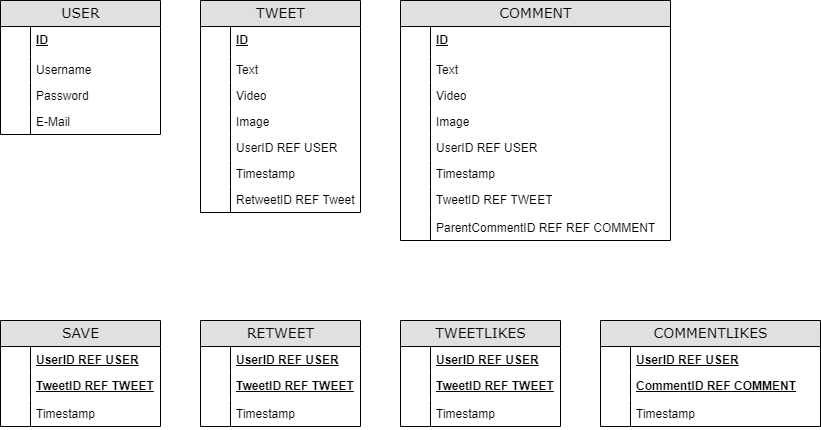
Above: assets/Relationenmodell.png in JSiggelkow/Twitter (draw.io), before the change. Source tidied: cells renumbered, new cells last; positions are measured from the earlier drawing's top-left corner, leaving out a move shared by most shapes.
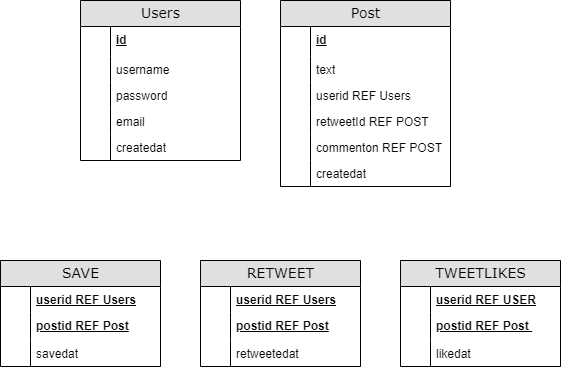
The same diagram one commit later.

What changed in the source:
```diff
@@ -4,6 +4,6 @@
     <mxCell id="1" parent="0" />
-    <mxCell id="2" value="USER" style="swimlane;html=1;fontStyle=0;horizontal=1;startSize=26;fillColor=#e0e0e0;swimlaneFillColor=#ffffff;align=center;rounded=0;shadow=0;comic=0;labelBackgroundColor=none;strokeWidth=1;fontFamily=Verdana;fontSize=14;" parent="1" vertex="1">
-      <mxGeometry width="160" height="134" as="geometry" />
+    <mxCell id="2" value="Users" style="swimlane;html=1;fontStyle=0;horizontal=1;startSize=26;fillColor=#e0e0e0;swimlaneFillColor=#ffffff;align=center;rounded=0;shadow=0;comic=0;labelBackgroundColor=none;strokeWidth=1;fontFamily=Verdana;fontSize=14;" parent="1" vertex="1">
+      <mxGeometry x="80" y="60" width="160" height="160" as="geometry" />
     </mxCell>
-    <mxCell id="3" value="ID" style="shape=partialRectangle;top=0;left=0;right=0;bottom=0;html=1;align=left;verticalAlign=top;fillColor=none;spacingLeft=34;spacingRight=4;whiteSpace=wrap;overflow=hidden;fontStyle=5;strokeColor=default;fontFamily=Helvetica;fontSize=12;fontColor=default;" parent="2" vertex="1">
+    <mxCell id="3" value="id" style="shape=partialRectangle;top=0;left=0;right=0;bottom=0;html=1;align=left;verticalAlign=top;fillColor=none;spacingLeft=34;spacingRight=4;whiteSpace=wrap;overflow=hidden;fontStyle=5;strokeColor=default;fontFamily=Helvetica;fontSize=12;fontColor=default;" parent="2" vertex="1">
       <mxGeometry y="26" width="160" height="30" as="geometry" />
@@ -13,3 +13,3 @@
     </mxCell>
-    <mxCell id="5" value="Username" style="shape=partialRectangle;top=0;left=0;right=0;bottom=0;html=1;align=left;verticalAlign=top;fillColor=none;spacingLeft=34;spacingRight=4;whiteSpace=wrap;overflow=hidden;" parent="2" vertex="1">
+    <mxCell id="5" value="username" style="shape=partialRectangle;top=0;left=0;right=0;bottom=0;html=1;align=left;verticalAlign=top;fillColor=none;spacingLeft=34;spacingRight=4;whiteSpace=wrap;overflow=hidden;" parent="2" vertex="1">
       <mxGeometry y="56" width="160" height="26" as="geometry" />
@@ -19,3 +19,3 @@
     </mxCell>
-    <mxCell id="7" value="Password" style="shape=partialRectangle;top=0;left=0;right=0;bottom=0;html=1;align=left;verticalAlign=top;fillColor=none;spacingLeft=34;spacingRight=4;whiteSpace=wrap;overflow=hidden;" parent="2" vertex="1">
+    <mxCell id="7" value="password" style="shape=partialRectangle;top=0;left=0;right=0;bottom=0;html=1;align=left;verticalAlign=top;fillColor=none;spacingLeft=34;spacingRight=4;whiteSpace=wrap;overflow=hidden;" parent="2" vertex="1">
       <mxGeometry y="82" width="160" height="26" as="geometry" />
@@ -25,3 +25,3 @@
     </mxCell>
-    <mxCell id="9" value="E-Mail" style="shape=partialRectangle;top=0;left=0;right=0;bottom=0;html=1;align=left;verticalAlign=top;fillColor=none;spacingLeft=34;spacingRight=4;whiteSpace=wrap;overflow=hidden;" parent="2" vertex="1">
+    <mxCell id="9" value="email" style="shape=partialRectangle;top=0;left=0;right=0;bottom=0;html=1;align=left;verticalAlign=top;fillColor=none;spacingLeft=34;spacingRight=4;whiteSpace=wrap;overflow=hidden;" parent="2" vertex="1">
       <mxGeometry y="108" width="160" height="26" as="geometry" />
@@ -31,7 +31,13 @@
     </mxCell>
+    <mxCell id="81" value="createdat" style="shape=partialRectangle;top=0;left=0;right=0;bottom=0;html=1;align=left;verticalAlign=top;fillColor=none;spacingLeft=34;spacingRight=4;whiteSpace=wrap;overflow=hidden;" parent="2" vertex="1">
+      <mxGeometry y="134" width="160" height="26" as="geometry" />
+    </mxCell>
+    <mxCell id="82" style="shape=partialRectangle;top=0;left=0;bottom=0;html=1;fillColor=none;align=left;verticalAlign=top;spacingLeft=4;spacingRight=4;whiteSpace=wrap;overflow=hidden;" parent="81" vertex="1">
+      <mxGeometry width="30" height="26" as="geometry" />
+    </mxCell>
-    <mxCell id="11" value="TWEET" style="swimlane;html=1;fontStyle=0;horizontal=1;startSize=26;fillColor=#e0e0e0;swimlaneFillColor=#ffffff;align=center;rounded=0;shadow=0;comic=0;labelBackgroundColor=none;strokeWidth=1;fontFamily=Verdana;fontSize=14;" parent="1" vertex="1">
-      <mxGeometry x="200" width="160" height="212" as="geometry" />
+    <mxCell id="11" value="Post" style="swimlane;html=1;fontStyle=0;horizontal=1;startSize=26;fillColor=#e0e0e0;swimlaneFillColor=#ffffff;align=center;rounded=0;shadow=0;comic=0;labelBackgroundColor=none;strokeWidth=1;fontFamily=Verdana;fontSize=14;" parent="1" vertex="1">
+      <mxGeometry x="280" y="60" width="170" height="186" as="geometry" />
     </mxCell>
-    <mxCell id="12" value="ID" style="shape=partialRectangle;top=0;left=0;right=0;bottom=0;html=1;align=left;verticalAlign=top;fillColor=none;spacingLeft=34;spacingRight=4;whiteSpace=wrap;overflow=hidden;fontStyle=5;strokeColor=default;fontFamily=Helvetica;fontSize=12;fontColor=default;" parent="11" vertex="1">
-      <mxGeometry y="26" width="160" height="30" as="geometry" />
+    <mxCell id="12" value="id" style="shape=partialRectangle;top=0;left=0;right=0;bottom=0;html=1;align=left;verticalAlign=top;fillColor=none;spacingLeft=34;spacingRight=4;whiteSpace=wrap;overflow=hidden;fontStyle=5;strokeColor=default;fontFamily=Helvetica;fontSize=12;fontColor=default;" parent="11" vertex="1">
+      <mxGeometry y="26" width="170" height="30" as="geometry" />
     </mxCell>
@@ -40,4 +46,4 @@
     </mxCell>
-    <mxCell id="14" value="Text" style="shape=partialRectangle;top=0;left=0;right=0;bottom=0;html=1;align=left;verticalAlign=top;fillColor=none;spacingLeft=34;spacingRight=4;whiteSpace=wrap;overflow=hidden;" parent="11" vertex="1">
-      <mxGeometry y="56" width="160" height="26" as="geometry" />
+    <mxCell id="14" value="text" style="shape=partialRectangle;top=0;left=0;right=0;bottom=0;html=1;align=left;verticalAlign=top;fillColor=none;spacingLeft=34;spacingRight=4;whiteSpace=wrap;overflow=hidden;" parent="11" vertex="1">
+      <mxGeometry y="56" width="170" height="26" as="geometry" />
     </mxCell>
@@ -46,16 +52,4 @@
     </mxCell>
-    <mxCell id="16" value="Video" style="shape=partialRectangle;top=0;left=0;right=0;bottom=0;html=1;align=left;verticalAlign=top;fillColor=none;spacingLeft=34;spacingRight=4;whiteSpace=wrap;overflow=hidden;" parent="11" vertex="1">
-      <mxGeometry y="82" width="160" height="26" as="geometry" />
-    </mxCell>
-    <mxCell id="17" style="shape=partialRectangle;top=0;left=0;bottom=0;html=1;fillColor=none;align=left;verticalAlign=top;spacingLeft=4;spacingRight=4;whiteSpace=wrap;overflow=hidden;" parent="16" vertex="1">
-      <mxGeometry width="30" height="26" as="geometry" />
-    </mxCell>
-    <mxCell id="18" value="Image" style="shape=partialRectangle;top=0;left=0;right=0;bottom=0;html=1;align=left;verticalAlign=top;fillColor=none;spacingLeft=34;spacingRight=4;whiteSpace=wrap;overflow=hidden;" parent="11" vertex="1">
-      <mxGeometry y="108" width="160" height="26" as="geometry" />
-    </mxCell>
-    <mxCell id="19" style="shape=partialRectangle;top=0;left=0;bottom=0;html=1;fillColor=none;align=left;verticalAlign=top;spacingLeft=4;spacingRight=4;whiteSpace=wrap;overflow=hidden;" parent="18" vertex="1">
-      <mxGeometry width="30" height="26" as="geometry" />
-    </mxCell>
-    <mxCell id="20" value="UserID REF USER" style="shape=partialRectangle;top=0;left=0;right=0;bottom=0;html=1;align=left;verticalAlign=top;fillColor=none;spacingLeft=34;spacingRight=4;whiteSpace=wrap;overflow=hidden;" parent="11" vertex="1">
-      <mxGeometry y="134" width="160" height="26" as="geometry" />
+    <mxCell id="20" value="userid REF Users" style="shape=partialRectangle;top=0;left=0;right=0;bottom=0;html=1;align=left;verticalAlign=top;fillColor=none;spacingLeft=34;spacingRight=4;whiteSpace=wrap;overflow=hidden;" parent="11" vertex="1">
+      <mxGeometry y="82" width="170" height="26" as="geometry" />
     </mxCell>
@@ -64,4 +58,4 @@
     </mxCell>
-    <mxCell id="22" value="Timestamp" style="shape=partialRectangle;top=0;left=0;right=0;bottom=0;html=1;align=left;verticalAlign=top;fillColor=none;spacingLeft=34;spacingRight=4;whiteSpace=wrap;overflow=hidden;" parent="11" vertex="1">
-      <mxGeometry y="160" width="160" height="26" as="geometry" />
+    <mxCell id="22" value="retweetId REF POST" style="shape=partialRectangle;top=0;left=0;right=0;bottom=0;html=1;align=left;verticalAlign=top;fillColor=none;spacingLeft=34;spacingRight=4;whiteSpace=wrap;overflow=hidden;" parent="11" vertex="1">
+      <mxGeometry y="108" width="170" height="26" as="geometry" />
     </mxCell>
@@ -70,4 +64,4 @@
     </mxCell>
-    <mxCell id="24" value="RetweetID REF Tweet" style="shape=partialRectangle;top=0;left=0;right=0;bottom=0;html=1;align=left;verticalAlign=top;fillColor=none;spacingLeft=34;spacingRight=4;whiteSpace=wrap;overflow=hidden;" parent="11" vertex="1">
-      <mxGeometry y="186" width="160" height="26" as="geometry" />
+    <mxCell id="24" value="commenton REF POST" style="shape=partialRectangle;top=0;left=0;right=0;bottom=0;html=1;align=left;verticalAlign=top;fillColor=none;spacingLeft=34;spacingRight=4;whiteSpace=wrap;overflow=hidden;" parent="11" vertex="1">
+      <mxGeometry y="134" width="170" height="26" as="geometry" />
     </mxCell>
@@ -76,59 +70,8 @@
     </mxCell>
-    <mxCell id="26" value="COMMENT" style="swimlane;html=1;fontStyle=0;horizontal=1;startSize=26;fillColor=#e0e0e0;swimlaneFillColor=#ffffff;align=center;rounded=0;shadow=0;comic=0;labelBackgroundColor=none;strokeWidth=1;fontFamily=Verdana;fontSize=14;" parent="1" vertex="1">
-      <mxGeometry x="400" width="270" height="240" as="geometry" />
-    </mxCell>
-    <mxCell id="27" value="ID" style="shape=partialRectangle;top=0;left=0;right=0;bottom=0;html=1;align=left;verticalAlign=top;fillColor=none;spacingLeft=34;spacingRight=4;whiteSpace=wrap;overflow=hidden;fontStyle=5;strokeColor=default;fontFamily=Helvetica;fontSize=12;fontColor=default;" parent="26" vertex="1">
-      <mxGeometry y="26" width="270" height="30" as="geometry" />
-    </mxCell>
-    <mxCell id="28" style="shape=partialRectangle;top=0;left=0;bottom=0;html=1;fillColor=none;align=left;verticalAlign=top;spacingLeft=34;spacingRight=4;whiteSpace=wrap;overflow=hidden;strokeColor=default;fontFamily=Helvetica;fontSize=12;fontColor=default;fontStyle=5;" parent="27" vertex="1">
-      <mxGeometry width="30" height="30" as="geometry" />
-    </mxCell>
-    <mxCell id="29" value="Text" style="shape=partialRectangle;top=0;left=0;right=0;bottom=0;html=1;align=left;verticalAlign=top;fillColor=none;spacingLeft=34;spacingRight=4;whiteSpace=wrap;overflow=hidden;" parent="26" vertex="1">
-      <mxGeometry y="56" width="270" height="26" as="geometry" />
-    </mxCell>
-    <mxCell id="30" style="shape=partialRectangle;top=0;left=0;bottom=0;html=1;fillColor=none;align=left;verticalAlign=top;spacingLeft=4;spacingRight=4;whiteSpace=wrap;overflow=hidden;" parent="29" vertex="1">
-      <mxGeometry width="30" height="26" as="geometry" />
-    </mxCell>
-    <mxCell id="31" value="Video" style="shape=partialRectangle;top=0;left=0;right=0;bottom=0;html=1;align=left;verticalAlign=top;fillColor=none;spacingLeft=34;spacingRight=4;whiteSpace=wrap;overflow=hidden;" parent="26" vertex="1">
-      <mxGeometry y="82" width="270" height="26" as="geometry" />
-    </mxCell>
-    <mxCell id="32" style="shape=partialRectangle;top=0;left=0;bottom=0;html=1;fillColor=none;align=left;verticalAlign=top;spacingLeft=4;spacingRight=4;whiteSpace=wrap;overflow=hidden;" parent="31" vertex="1">
-      <mxGeometry width="30" height="26" as="geometry" />
-    </mxCell>
-    <mxCell id="33" value="Image" style="shape=partialRectangle;top=0;left=0;right=0;bottom=0;html=1;align=left;verticalAlign=top;fillColor=none;spacingLeft=34;spacingRight=4;whiteSpace=wrap;overflow=hidden;" parent="26" vertex="1">
-      <mxGeometry y="108" width="270" height="26" as="geometry" />
-    </mxCell>
-    <mxCell id="34" style="shape=partialRectangle;top=0;left=0;bottom=0;html=1;fillColor=none;align=left;verticalAlign=top;spacingLeft=4;spacingRight=4;whiteSpace=wrap;overflow=hidden;" parent="33" vertex="1">
-      <mxGeometry width="30" height="26" as="geometry" />
-    </mxCell>
-    <mxCell id="35" value="UserID REF USER" style="shape=partialRectangle;top=0;left=0;right=0;bottom=0;html=1;align=left;verticalAlign=top;fillColor=none;spacingLeft=34;spacingRight=4;whiteSpace=wrap;overflow=hidden;" parent="26" vertex="1">
-      <mxGeometry y="134" width="270" height="26" as="geometry" />
-    </mxCell>
-    <mxCell id="36" style="shape=partialRectangle;top=0;left=0;bottom=0;html=1;fillColor=none;align=left;verticalAlign=top;spacingLeft=4;spacingRight=4;whiteSpace=wrap;overflow=hidden;" parent="35" vertex="1">
-      <mxGeometry width="30" height="26" as="geometry" />
-    </mxCell>
-    <mxCell id="37" value="Timestamp" style="shape=partialRectangle;top=0;left=0;right=0;bottom=0;html=1;align=left;verticalAlign=top;fillColor=none;spacingLeft=34;spacingRight=4;whiteSpace=wrap;overflow=hidden;" parent="26" vertex="1">
-      <mxGeometry y="160" width="270" height="26" as="geometry" />
-    </mxCell>
-    <mxCell id="38" style="shape=partialRectangle;top=0;left=0;bottom=0;html=1;fillColor=none;align=left;verticalAlign=top;spacingLeft=4;spacingRight=4;whiteSpace=wrap;overflow=hidden;" parent="37" vertex="1">
-      <mxGeometry width="30" height="26" as="geometry" />
-    </mxCell>
-    <mxCell id="39" value="TweetID REF TWEET" style="shape=partialRectangle;top=0;left=0;right=0;bottom=0;html=1;align=left;verticalAlign=top;fillColor=none;spacingLeft=34;spacingRight=4;whiteSpace=wrap;overflow=hidden;" parent="26" vertex="1">
-      <mxGeometry y="186" width="270" height="26" as="geometry" />
-    </mxCell>
-    <mxCell id="40" style="shape=partialRectangle;top=0;left=0;bottom=0;html=1;fillColor=none;align=left;verticalAlign=top;spacingLeft=4;spacingRight=4;whiteSpace=wrap;overflow=hidden;" parent="39" vertex="1">
-      <mxGeometry width="30" height="26" as="geometry" />
-    </mxCell>
-    <mxCell id="41" style="shape=partialRectangle;top=0;left=0;right=0;bottom=0;html=1;align=left;verticalAlign=top;fillColor=none;spacingLeft=34;spacingRight=4;whiteSpace=wrap;overflow=hidden;" parent="26" vertex="1">
-      <mxGeometry y="212" width="270" height="2" as="geometry" />
-    </mxCell>
-    <mxCell id="42" style="shape=partialRectangle;top=0;left=0;bottom=0;html=1;fillColor=none;align=left;verticalAlign=top;spacingLeft=4;spacingRight=4;whiteSpace=wrap;overflow=hidden;" parent="41" vertex="1">
-      <mxGeometry width="30" height="2" as="geometry" />
-    </mxCell>
-    <mxCell id="43" value="ParentCommentID REF REF COMMENT" style="shape=partialRectangle;top=0;left=0;right=0;bottom=0;html=1;align=left;verticalAlign=top;fillColor=none;spacingLeft=34;spacingRight=4;whiteSpace=wrap;overflow=hidden;" parent="26" vertex="1">
-      <mxGeometry y="214" width="270" height="26" as="geometry" />
-    </mxCell>
-    <mxCell id="44" style="shape=partialRectangle;top=0;left=0;bottom=0;html=1;fillColor=none;align=left;verticalAlign=top;spacingLeft=4;spacingRight=4;whiteSpace=wrap;overflow=hidden;" parent="43" vertex="1">
-      <mxGeometry width="30" height="26" as="geometry" />
-    </mxCell>
+    <mxCell id="83" value="createdat" style="shape=partialRectangle;top=0;left=0;right=0;bottom=0;html=1;align=left;verticalAlign=top;fillColor=none;spacingLeft=34;spacingRight=4;whiteSpace=wrap;overflow=hidden;" parent="11" vertex="1">
+      <mxGeometry y="160" width="170" height="26" as="geometry" />
+    </mxCell>
+    <mxCell id="84" style="shape=partialRectangle;top=0;left=0;bottom=0;html=1;fillColor=none;align=left;verticalAlign=top;spacingLeft=4;spacingRight=4;whiteSpace=wrap;overflow=hidden;" parent="83" vertex="1">
+      <mxGeometry width="30" height="26" as="geometry" />
+    </mxCell>
     <mxCell id="45" value="SAVE" style="swimlane;html=1;fontStyle=0;horizontal=1;startSize=26;fillColor=#e0e0e0;swimlaneFillColor=#ffffff;align=center;rounded=0;shadow=0;comic=0;labelBackgroundColor=none;strokeWidth=1;fontFamily=Verdana;fontSize=14;" parent="1" vertex="1">
@@ -136,3 +79,3 @@
     </mxCell>
-    <mxCell id="46" value="&lt;u&gt;&lt;b&gt;UserID REF USER&lt;/b&gt;&lt;/u&gt;" style="shape=partialRectangle;top=0;left=0;right=0;bottom=0;html=1;align=left;verticalAlign=top;fillColor=none;spacingLeft=34;spacingRight=4;whiteSpace=wrap;overflow=hidden;" parent="45" vertex="1">
+    <mxCell id="46" value="&lt;u&gt;&lt;b&gt;userid REF Users&lt;/b&gt;&lt;/u&gt;" style="shape=partialRectangle;top=0;left=0;right=0;bottom=0;html=1;align=left;verticalAlign=top;fillColor=none;spacingLeft=34;spacingRight=4;whiteSpace=wrap;overflow=hidden;" parent="45" vertex="1">
       <mxGeometry y="26" width="160" height="26" as="geometry" />
@@ -142,3 +85,3 @@
     </mxCell>
-    <mxCell id="48" value="&lt;b&gt;&lt;u&gt;TweetID REF TWEET&lt;/u&gt;&lt;/b&gt;" style="shape=partialRectangle;top=0;left=0;right=0;bottom=0;html=1;align=left;verticalAlign=top;fillColor=none;spacingLeft=34;spacingRight=4;whiteSpace=wrap;overflow=hidden;" parent="45" vertex="1">
+    <mxCell id="48" value="&lt;b&gt;&lt;u&gt;postid REF Post&lt;/u&gt;&lt;/b&gt;" style="shape=partialRectangle;top=0;left=0;right=0;bottom=0;html=1;align=left;verticalAlign=top;fillColor=none;spacingLeft=34;spacingRight=4;whiteSpace=wrap;overflow=hidden;" parent="45" vertex="1">
       <mxGeometry y="52" width="160" height="26" as="geometry" />
@@ -154,3 +97,3 @@
     </mxCell>
-    <mxCell id="52" value="Timestamp" style="shape=partialRectangle;top=0;left=0;right=0;bottom=0;html=1;align=left;verticalAlign=top;fillColor=none;spacingLeft=34;spacingRight=4;whiteSpace=wrap;overflow=hidden;" parent="45" vertex="1">
+    <mxCell id="52" value="savedat" style="shape=partialRectangle;top=0;left=0;right=0;bottom=0;html=1;align=left;verticalAlign=top;fillColor=none;spacingLeft=34;spacingRight=4;whiteSpace=wrap;overflow=hidden;" parent="45" vertex="1">
       <mxGeometry y="80" width="160" height="26" as="geometry" />
@@ -163,3 +106,3 @@
     </mxCell>
-    <mxCell id="55" value="UserID REF USER" style="shape=partialRectangle;top=0;left=0;right=0;bottom=0;html=1;align=left;verticalAlign=top;fillColor=none;spacingLeft=34;spacingRight=4;whiteSpace=wrap;overflow=hidden;fontStyle=5;" parent="54" vertex="1">
+    <mxCell id="55" value="userid REF Users" style="shape=partialRectangle;top=0;left=0;right=0;bottom=0;html=1;align=left;verticalAlign=top;fillColor=none;spacingLeft=34;spacingRight=4;whiteSpace=wrap;overflow=hidden;fontStyle=5;" parent="54" vertex="1">
       <mxGeometry y="26" width="160" height="26" as="geometry" />
@@ -169,3 +112,3 @@
     </mxCell>
-    <mxCell id="57" value="TweetID REF TWEET" style="shape=partialRectangle;top=0;left=0;right=0;bottom=0;html=1;align=left;verticalAlign=top;fillColor=none;spacingLeft=34;spacingRight=4;whiteSpace=wrap;overflow=hidden;fontStyle=5;" parent="54" vertex="1">
+    <mxCell id="57" value="postid REF Post" style="shape=partialRectangle;top=0;left=0;right=0;bottom=0;html=1;align=left;verticalAlign=top;fillColor=none;spacingLeft=34;spacingRight=4;whiteSpace=wrap;overflow=hidden;fontStyle=5;" parent="54" vertex="1">
       <mxGeometry y="52" width="160" height="26" as="geometry" />
@@ -181,3 +124,3 @@
     </mxCell>
-    <mxCell id="61" value="Timestamp" style="shape=partialRectangle;top=0;left=0;right=0;bottom=0;html=1;align=left;verticalAlign=top;fillColor=none;spacingLeft=34;spacingRight=4;whiteSpace=wrap;overflow=hidden;" parent="54" vertex="1">
+    <mxCell id="61" value="retweetedat" style="shape=partialRectangle;top=0;left=0;right=0;bottom=0;html=1;align=left;verticalAlign=top;fillColor=none;spacingLeft=34;spacingRight=4;whiteSpace=wrap;overflow=hidden;" parent="54" vertex="1">
       <mxGeometry y="80" width="160" height="26" as="geometry" />
@@ -190,3 +133,3 @@
     </mxCell>
-    <mxCell id="64" value="UserID REF USER" style="shape=partialRectangle;top=0;left=0;right=0;bottom=0;html=1;align=left;verticalAlign=top;fillColor=none;spacingLeft=34;spacingRight=4;whiteSpace=wrap;overflow=hidden;fontStyle=5;" parent="63" vertex="1">
+    <mxCell id="64" value="userid REF USER" style="shape=partialRectangle;top=0;left=0;right=0;bottom=0;html=1;align=left;verticalAlign=top;fillColor=none;spacingLeft=34;spacingRight=4;whiteSpace=wrap;overflow=hidden;fontStyle=5;" parent="63" vertex="1">
       <mxGeometry y="26" width="160" height="26" as="geometry" />
@@ -196,3 +139,3 @@
     </mxCell>
-    <mxCell id="66" value="TweetID REF TWEET" style="shape=partialRectangle;top=0;left=0;right=0;bottom=0;html=1;align=left;verticalAlign=top;fillColor=none;spacingLeft=34;spacingRight=4;whiteSpace=wrap;overflow=hidden;fontStyle=5;" parent="63" vertex="1">
+    <mxCell id="66" value="postid REF Post&amp;nbsp;" style="shape=partialRectangle;top=0;left=0;right=0;bottom=0;html=1;align=left;verticalAlign=top;fillColor=none;spacingLeft=34;spacingRight=4;whiteSpace=wrap;overflow=hidden;fontStyle=5;" parent="63" vertex="1">
       <mxGeometry y="52" width="160" height="26" as="geometry" />
@@ -208,3 +151,3 @@
     </mxCell>
-    <mxCell id="70" value="Timestamp" style="shape=partialRectangle;top=0;left=0;right=0;bottom=0;html=1;align=left;verticalAlign=top;fillColor=none;spacingLeft=34;spacingRight=4;whiteSpace=wrap;overflow=hidden;" parent="63" vertex="1">
+    <mxCell id="70" value="likedat" style="shape=partialRectangle;top=0;left=0;right=0;bottom=0;html=1;align=left;verticalAlign=top;fillColor=none;spacingLeft=34;spacingRight=4;whiteSpace=wrap;overflow=hidden;" parent="63" vertex="1">
       <mxGeometry y="80" width="160" height="26" as="geometry" />
@@ -214,29 +157,2 @@
     </mxCell>
-    <mxCell id="72" value="COMMENTLIKES" style="swimlane;html=1;fontStyle=0;horizontal=1;startSize=26;fillColor=#e0e0e0;swimlaneFillColor=#ffffff;align=center;rounded=0;shadow=0;comic=0;labelBackgroundColor=none;strokeWidth=1;fontFamily=Verdana;fontSize=14;" parent="1" vertex="1">
-      <mxGeometry x="600" y="320" width="220" height="106" as="geometry" />
-    </mxCell>
-    <mxCell id="73" value="UserID REF USER" style="shape=partialRectangle;top=0;left=0;right=0;bottom=0;html=1;align=left;verticalAlign=top;fillColor=none;spacingLeft=34;spacingRight=4;whiteSpace=wrap;overflow=hidden;fontStyle=5;" parent="72" vertex="1">
-      <mxGeometry y="26" width="220" height="26" as="geometry" />
-    </mxCell>
-    <mxCell id="74" style="shape=partialRectangle;top=0;left=0;bottom=0;html=1;fillColor=none;align=left;verticalAlign=top;spacingLeft=4;spacingRight=4;whiteSpace=wrap;overflow=hidden;" parent="73" vertex="1">
-      <mxGeometry width="30" height="26" as="geometry" />
-    </mxCell>
-    <mxCell id="75" value="CommentID REF COMMENT" style="shape=partialRectangle;top=0;left=0;right=0;bottom=0;html=1;align=left;verticalAlign=top;fillColor=none;spacingLeft=34;spacingRight=4;whiteSpace=wrap;overflow=hidden;fontStyle=5;" parent="72" vertex="1">
-      <mxGeometry y="52" width="220" height="26" as="geometry" />
-    </mxCell>
-    <mxCell id="76" style="shape=partialRectangle;top=0;left=0;bottom=0;html=1;fillColor=none;align=left;verticalAlign=top;spacingLeft=4;spacingRight=4;whiteSpace=wrap;overflow=hidden;" parent="75" vertex="1">
-      <mxGeometry width="30" height="26" as="geometry" />
-    </mxCell>
-    <mxCell id="77" style="shape=partialRectangle;top=0;left=0;right=0;bottom=0;html=1;align=left;verticalAlign=top;fillColor=none;spacingLeft=34;spacingRight=4;whiteSpace=wrap;overflow=hidden;" parent="72" vertex="1">
-      <mxGeometry y="78" width="220" height="2" as="geometry" />
-    </mxCell>
-    <mxCell id="78" style="shape=partialRectangle;top=0;left=0;bottom=0;html=1;fillColor=none;align=left;verticalAlign=top;spacingLeft=4;spacingRight=4;whiteSpace=wrap;overflow=hidden;" parent="77" vertex="1">
-      <mxGeometry width="30" height="2" as="geometry" />
-    </mxCell>
-    <mxCell id="79" value="Timestamp" style="shape=partialRectangle;top=0;left=0;right=0;bottom=0;html=1;align=left;verticalAlign=top;fillColor=none;spacingLeft=34;spacingRight=4;whiteSpace=wrap;overflow=hidden;" parent="72" vertex="1">
-      <mxGeometry y="80" width="220" height="26" as="geometry" />
-    </mxCell>
-    <mxCell id="80" style="shape=partialRectangle;top=0;left=0;bottom=0;html=1;fillColor=none;align=left;verticalAlign=top;spacingLeft=4;spacingRight=4;whiteSpace=wrap;overflow=hidden;" parent="79" vertex="1">
-      <mxGeometry width="30" height="26" as="geometry" />
-    </mxCell>
   </root>
```
